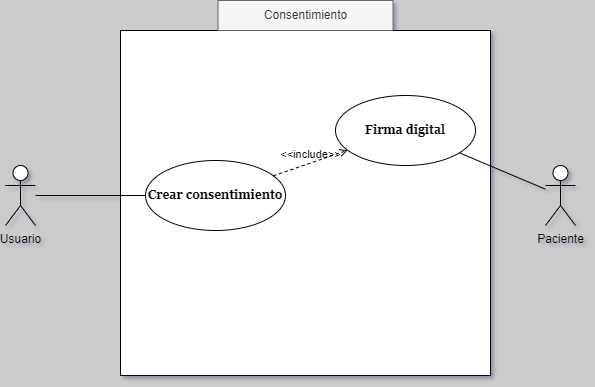
Before: CU006_Consentimiento.png, a diagram exported from draw.io (CH3MOO/SpecialityX). Source tidied: cells renumbered, new cells last; positions are measured from the earlier drawing's top-left corner, leaving out a move shared by most shapes.
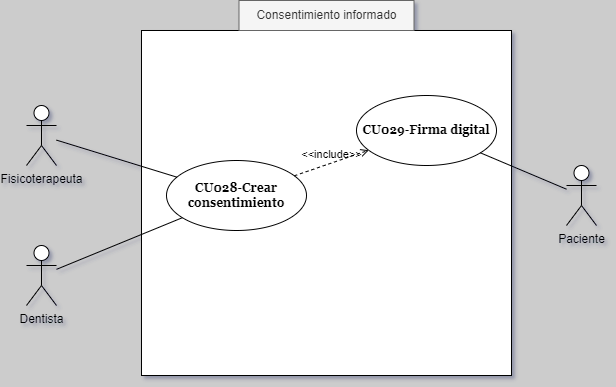
Later version of the same file.

The edit, as a diff of the source:
```diff
@@ -5,16 +5,16 @@
     <mxCell id="2" style="rounded=0;whiteSpace=wrap;html=1;" parent="1" vertex="1">
       <mxGeometry x="115" y="30" width="370" height="345" as="geometry" />
     </mxCell>
-    <mxCell id="3" value="Usuario" style="shape=umlActor;verticalLabelPosition=bottom;verticalAlign=top;html=1;" parent="1" vertex="1">
-      <mxGeometry y="165" width="30" height="60" as="geometry" />
+    <mxCell id="3" value="Dentista" style="shape=umlActor;verticalLabelPosition=bottom;verticalAlign=top;html=1;" parent="1" vertex="1">
+      <mxGeometry y="245" width="30" height="60" as="geometry" />
     </mxCell>
-    <mxCell id="4" value="Crear consentimiento" style="ellipse;whiteSpace=wrap;html=1;fontFamily=Georgia;fontStyle=1;" parent="1" vertex="1">
+    <mxCell id="4" value="CU028-Crear consentimiento" style="ellipse;whiteSpace=wrap;html=1;fontFamily=Georgia;fontStyle=1;" parent="1" vertex="1">
       <mxGeometry x="140" y="160" width="140" height="70" as="geometry" />
     </mxCell>
     <mxCell id="5" style="endArrow=none;html=1;rounded=0;" parent="1" edge="1" source="3" target="4">
       <mxGeometry relative="1" as="geometry" />
     </mxCell>
-    <mxCell id="6" value="Consentimiento" style="text;html=1;align=center;verticalAlign=middle;whiteSpace=wrap;rounded=0;fillColor=#f5f5f5;strokeColor=#666666;fontColor=#333333;" parent="1" vertex="1">
+    <mxCell id="6" value="Consentimiento informado" style="text;html=1;align=center;verticalAlign=middle;whiteSpace=wrap;rounded=0;fillColor=#f5f5f5;strokeColor=#666666;fontColor=#333333;" parent="1" vertex="1">
       <mxGeometry x="212.5" width="175" height="30" as="geometry" />
     </mxCell>
     <mxCell id="7" value="Paciente" style="shape=umlActor;verticalLabelPosition=bottom;verticalAlign=top;html=1;outlineConnect=0;" parent="1" vertex="1">
@@ -23,11 +23,17 @@
     <mxCell id="8" value="&amp;lt;&amp;lt;include&amp;gt;&amp;gt;" style="html=1;verticalAlign=bottom;labelBackgroundColor=none;endArrow=open;endFill=0;dashed=1;rounded=0;" parent="1" edge="1" source="4" target="9">
       <mxGeometry relative="1" as="geometry" />
     </mxCell>
-    <mxCell id="9" value="Firma digital" style="ellipse;whiteSpace=wrap;html=1;fontFamily=Georgia;fontStyle=1;" parent="1" vertex="1">
+    <mxCell id="9" value="CU029-Firma digital" style="ellipse;whiteSpace=wrap;html=1;fontFamily=Georgia;fontStyle=1;" parent="1" vertex="1">
       <mxGeometry x="330" y="95" width="140" height="70" as="geometry" />
     </mxCell>
     <mxCell id="10" style="endArrow=none;html=1;rounded=0;" parent="1" edge="1" source="9" target="7">
       <mxGeometry relative="1" as="geometry" />
     </mxCell>
+    <mxCell id="11" value="Fisicoterapeuta" style="shape=umlActor;verticalLabelPosition=bottom;verticalAlign=top;html=1;" parent="1" vertex="1">
+      <mxGeometry y="105" width="30" height="60" as="geometry" />
+    </mxCell>
+    <mxCell id="12" style="endArrow=none;html=1;rounded=0;" parent="1" edge="1" source="11" target="4">
+      <mxGeometry relative="1" as="geometry" />
+    </mxCell>
   </root>
 </mxGraphModel>
```
